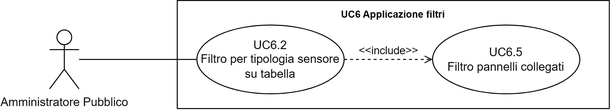
Earlier version of the draw.io export src/3_PB/AnalisiDeiRequisiti/assets/UML/UC6.2_Filtro-per-tipologia-sensore-su-tabella.png (SWATEngineering/Docs). Source tidied: cells renumbered, new cells last; positions are measured from the earlier drawing's top-left corner, leaving out a move shared by most shapes. The source it was exported from:
```xml
<mxGraphModel>
  <root>
    <mxCell id="0" />
    <mxCell id="1" parent="0" />
    <mxCell id="2" value="Amministratore Pubblico" style="shape=umlActor;verticalLabelPosition=bottom;verticalAlign=top;html=1;outlineConnect=0;" parent="1" vertex="1">
      <mxGeometry y="30" width="30" height="60" as="geometry" />
    </mxCell>
    <mxCell id="3" value="&lt;b style=&quot;border-color: var(--border-color); font-size: 10px;&quot;&gt;UC6 Applicazione filtri&lt;/b&gt;" style="shape=rect;html=1;verticalAlign=top;fontStyle=1;whiteSpace=wrap;align=center;" parent="1" vertex="1">
      <mxGeometry x="130" width="440" height="110" as="geometry" />
    </mxCell>
    <mxCell id="4" value="UC6.2&lt;br&gt;Filtro per tipologia sensore su tabella" style="ellipse;whiteSpace=wrap;html=1;" parent="1" vertex="1">
      <mxGeometry x="150" y="25" width="150" height="70" as="geometry" />
    </mxCell>
    <mxCell id="5" style="edgeStyle=none;html=1;endArrow=none;verticalAlign=bottom;rounded=0;" parent="1" edge="1" source="2" target="4">
      <mxGeometry relative="1" as="geometry" />
    </mxCell>
    <mxCell id="6" value="UC6.5&lt;br&gt;Filtro pannelli collegati" style="ellipse;whiteSpace=wrap;html=1;" parent="1" vertex="1">
      <mxGeometry x="390" y="25" width="150" height="70" as="geometry" />
    </mxCell>
    <mxCell id="7" value="&amp;lt;&amp;lt;include&amp;gt;&amp;gt;" style="edgeStyle=none;html=1;endArrow=open;verticalAlign=bottom;dashed=1;labelBackgroundColor=none;rounded=0;" parent="1" edge="1" source="4" target="6">
      <mxGeometry relative="1" as="geometry" />
    </mxCell>
  </root>
</mxGraphModel>
```
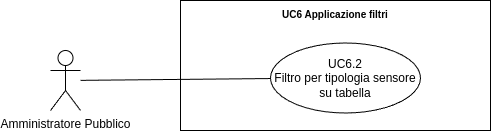
The same diagram one commit later.

The edit, as a diff of the source:
```diff
@@ -6,19 +6,13 @@
       <mxGeometry y="30" width="30" height="60" as="geometry" />
     </mxCell>
     <mxCell id="3" value="&lt;b style=&quot;border-color: var(--border-color); font-size: 10px;&quot;&gt;UC6 Applicazione filtri&lt;/b&gt;" style="shape=rect;html=1;verticalAlign=top;fontStyle=1;whiteSpace=wrap;align=center;" parent="1" vertex="1">
-      <mxGeometry x="130" width="440" height="110" as="geometry" />
+      <mxGeometry x="130" y="-20" width="310" height="130" as="geometry" />
     </mxCell>
     <mxCell id="4" value="UC6.2&lt;br&gt;Filtro per tipologia sensore su tabella" style="ellipse;whiteSpace=wrap;html=1;" parent="1" vertex="1">
-      <mxGeometry x="150" y="25" width="150" height="70" as="geometry" />
+      <mxGeometry x="220" y="22.5" width="150" height="70" as="geometry" />
     </mxCell>
     <mxCell id="5" style="edgeStyle=none;html=1;endArrow=none;verticalAlign=bottom;rounded=0;" parent="1" edge="1" source="2" target="4">
       <mxGeometry relative="1" as="geometry" />
     </mxCell>
-    <mxCell id="6" value="UC6.5&lt;br&gt;Filtro pannelli collegati" style="ellipse;whiteSpace=wrap;html=1;" parent="1" vertex="1">
-      <mxGeometry x="390" y="25" width="150" height="70" as="geometry" />
-    </mxCell>
-    <mxCell id="7" value="&amp;lt;&amp;lt;include&amp;gt;&amp;gt;" style="edgeStyle=none;html=1;endArrow=open;verticalAlign=bottom;dashed=1;labelBackgroundColor=none;rounded=0;" parent="1" edge="1" source="4" target="6">
-      <mxGeometry relative="1" as="geometry" />
-    </mxCell>
   </root>
 </mxGraphModel>
```
